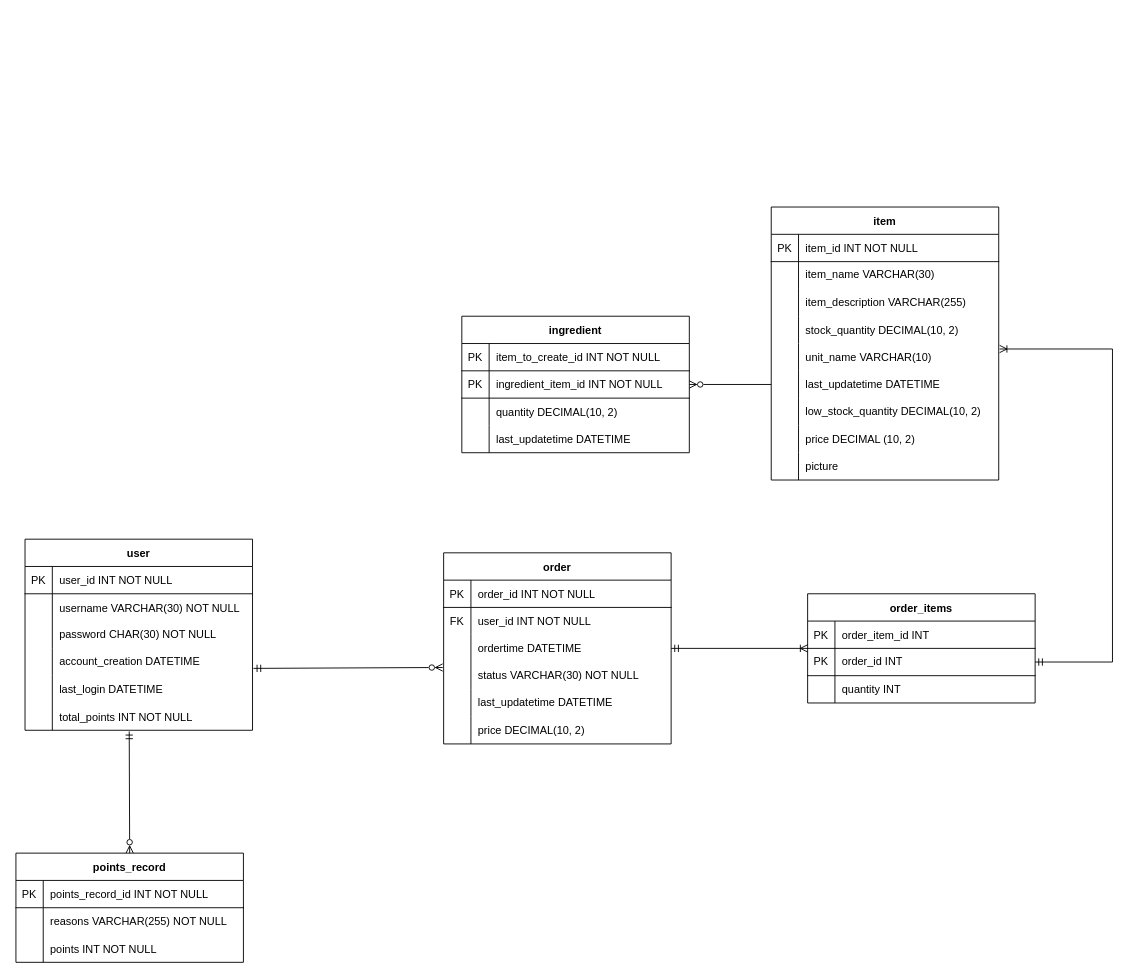
Earlier version of the draw.io diagram diagrams/erd.drawio (Mic12321/prac_proj_2). Source tidied: cells renumbered, new cells numbered last; positions are measured from the earlier drawing's top-left corner, leaving out a move shared by most shapes. Both pictures are drawn from the tidied source at 91%, with x=0, y=0 at pixel (15, 207).
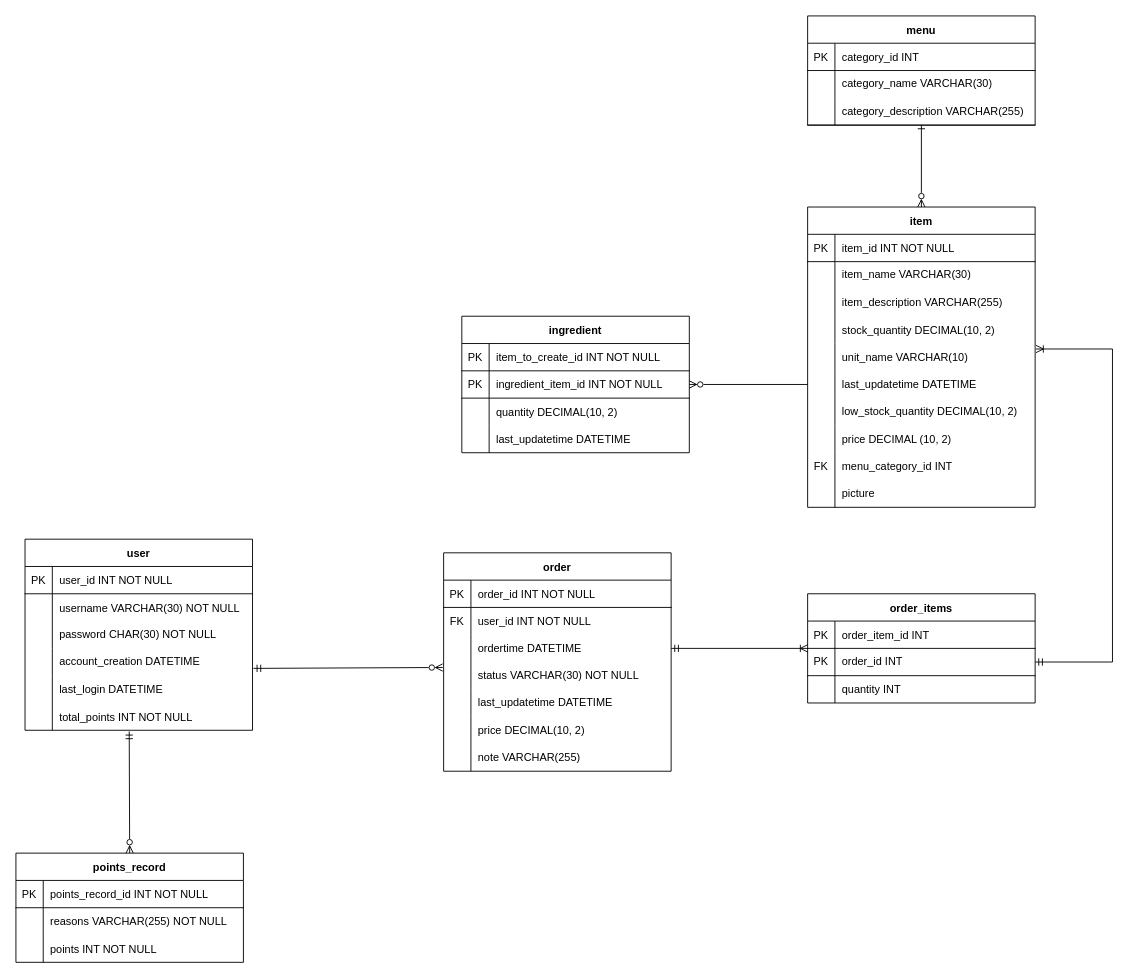
Above is the later version.

Commit message (it also covers changes not shown here):
Added menu table

Diff of the diagram source:
```diff
@@
     <mxCell id="31" value="order" style="shape=table;startSize=30;childLayout=tableLayout;rowLines=0;fontStyle=1;align=center;" parent="1" vertex="1">
-      <mxGeometry x="470" y="380" width="250" height="210" as="geometry" />
+      <mxGeometry x="470" y="380" width="250" height="240" as="geometry" />
     </mxCell>
@@
+    <mxCell id="106" style="shape=tableRow;horizontal=0;startSize=0;swimlaneHead=0;swimlaneBody=0;fillColor=none;top=0;left=0;right=0;bottom=0;" parent="31" vertex="1">
+      <mxGeometry y="210" width="250" height="30" as="geometry" />
+    </mxCell>
+    <mxCell id="107" style="shape=partialRectangle;fillColor=none;top=0;left=0;bottom=0;right=0;fontStyle=0;overflow=hidden;whiteSpace=wrap;html=1;" parent="106" vertex="1">
+      <mxGeometry width="30" height="30" as="geometry" />
+    </mxCell>
+    <mxCell id="108" value="note VARCHAR(255)" style="shape=partialRectangle;fillColor=none;top=0;left=0;bottom=0;right=0;align=left;spacingLeft=6;fontStyle=0;overflow=hidden;whiteSpace=wrap;html=1;" parent="106" vertex="1">
+      <mxGeometry x="30" width="220" height="30" as="geometry" />
+    </mxCell>
     <mxCell id="50" value="item" style="shape=table;startSize=30;childLayout=tableLayout;rowLines=0;fontStyle=1;align=center;" parent="1" vertex="1">
-      <mxGeometry x="830" width="250" height="300" as="geometry" />
+      <mxGeometry x="870" width="250" height="330" as="geometry" />
     </mxCell>
@@
+    <mxCell id="109" style="shape=tableRow;horizontal=0;startSize=0;swimlaneHead=0;swimlaneBody=0;fillColor=none;top=0;left=0;right=0;bottom=0;" parent="50" vertex="1">
+      <mxGeometry y="270" width="250" height="30" as="geometry" />
+    </mxCell>
+    <mxCell id="110" value="FK" style="shape=partialRectangle;fillColor=none;top=0;left=0;bottom=0;right=0;fontStyle=0;overflow=hidden;whiteSpace=wrap;html=1;" parent="109" vertex="1">
+      <mxGeometry width="30" height="30" as="geometry" />
+    </mxCell>
+    <mxCell id="111" value="menu_category_id INT" style="shape=partialRectangle;fillColor=none;top=0;left=0;bottom=0;right=0;align=left;spacingLeft=6;fontStyle=0;overflow=hidden;whiteSpace=wrap;html=1;" parent="109" vertex="1">
+      <mxGeometry x="30" width="220" height="30" as="geometry" />
+    </mxCell>
     <mxCell id="75" style="shape=tableRow;horizontal=0;startSize=0;swimlaneHead=0;swimlaneBody=0;fillColor=none;top=0;left=0;right=0;bottom=0;" parent="50" vertex="1">
-      <mxGeometry y="270" width="250" height="30" as="geometry" />
+      <mxGeometry y="300" width="250" height="30" as="geometry" />
     </mxCell>
@@
+    <mxCell id="112" style="edgeStyle=orthogonalEdgeStyle;rounded=0;jettySize=auto;html=1;endArrow=ERzeroToMany;startFill=0;startArrow=ERone;endFill=0;" parent="1" edge="1" source="113" target="50">
+      <mxGeometry relative="1" as="geometry" />
+    </mxCell>
+    <mxCell id="113" value="menu" style="shape=table;startSize=30;childLayout=tableLayout;rowLines=0;fontStyle=1;align=center;" parent="1" vertex="1">
+      <mxGeometry x="870" y="-210" width="250" height="120" as="geometry" />
+    </mxCell>
+    <mxCell id="114" style="shape=partialRectangle;fillColor=none;top=0;left=0;right=0;bottom=1;" parent="113" vertex="1">
+      <mxGeometry y="30" width="250" height="30" as="geometry" />
+    </mxCell>
+    <mxCell id="115" value="PK" style="shape=partialRectangle;overflow=hidden;fillColor=none;top=0;left=0;bottom=0;right=0;fontStyle=0;" parent="114" vertex="1">
+      <mxGeometry width="30" height="30" as="geometry" />
+    </mxCell>
+    <mxCell id="116" value="category_id INT" style="shape=partialRectangle;overflow=hidden;fillColor=none;top=0;left=0;bottom=0;right=0;align=left;spacingLeft=6;fontStyle=0;" parent="114" vertex="1">
+      <mxGeometry x="30" width="220" height="30" as="geometry" />
+    </mxCell>
+    <mxCell id="117" style="shape=tableRow;horizontal=0;startSize=0;swimlaneHead=0;swimlaneBody=0;fillColor=none;top=0;left=0;right=0;bottom=0;" parent="113" vertex="1">
+      <mxGeometry y="60" width="250" height="30" as="geometry" />
+    </mxCell>
+    <mxCell id="118" style="shape=partialRectangle;fillColor=none;top=0;left=0;bottom=0;right=0;fontStyle=0;overflow=hidden;whiteSpace=wrap;html=1;" parent="117" vertex="1">
+      <mxGeometry width="30" height="30" as="geometry" />
+    </mxCell>
+    <mxCell id="119" value="category_name VARCHAR(30)" style="shape=partialRectangle;fillColor=none;top=0;left=0;bottom=0;right=0;align=left;spacingLeft=6;fontStyle=0;overflow=hidden;whiteSpace=wrap;html=1;" parent="117" vertex="1">
+      <mxGeometry x="30" width="220" height="30" as="geometry" />
+    </mxCell>
+    <mxCell id="120" style="shape=tableRow;horizontal=0;startSize=0;swimlaneHead=0;swimlaneBody=0;fillColor=none;top=0;left=0;right=0;bottom=1;fontStyle=0;" parent="113" vertex="1">
+      <mxGeometry y="90" width="250" height="30" as="geometry" />
+    </mxCell>
+    <mxCell id="121" style="shape=partialRectangle;fillColor=none;top=0;left=0;bottom=0;right=0;fontStyle=0;overflow=hidden;whiteSpace=wrap;html=1;" parent="120" vertex="1">
+      <mxGeometry width="30" height="30" as="geometry" />
+    </mxCell>
+    <mxCell id="122" value="&lt;span style=&quot;font-weight: 400;&quot;&gt;category_description VARCHAR(255)&lt;/span&gt;" style="shape=partialRectangle;fillColor=none;top=0;left=0;bottom=0;right=0;align=left;spacingLeft=6;fontStyle=1;overflow=hidden;whiteSpace=wrap;html=1;" parent="120" vertex="1">
+      <mxGeometry x="30" width="220" height="30" as="geometry" />
+    </mxCell>
```
